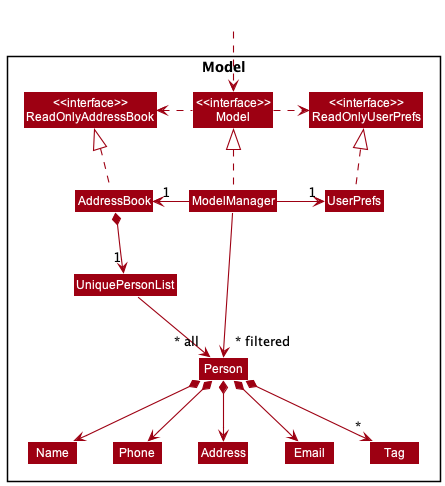
This is docs/images/ModelClassDiagram.png from nus-cs2103-AY2223S2/tp, a PlantUML export, as it was before one commit.
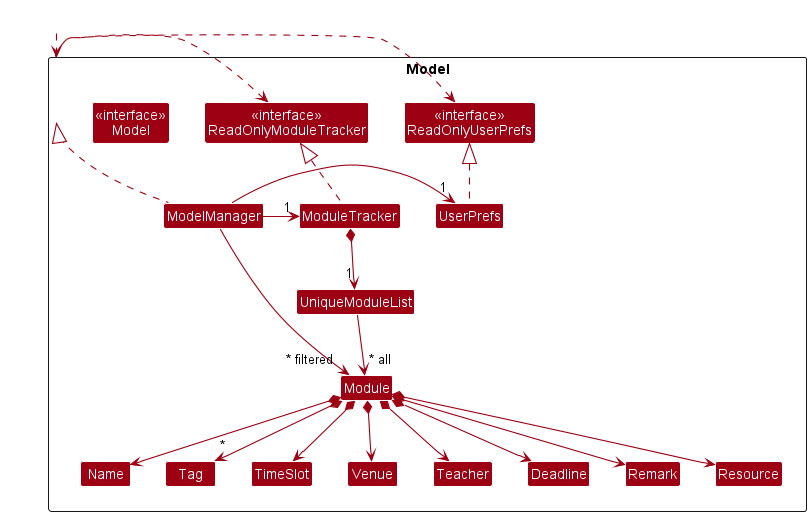
Later version of the same file.

The edit, as a diff of the source:
```diff
@@ -5,46 +5,58 @@
 skinparam classBackgroundColor MODEL_COLOR
 
 Package Model <<Rectangle>>{
-Class "<<interface>>\nReadOnlyAddressBook" as ReadOnlyAddressBook
+Class "<<interface>>\nReadOnlyModuleTracker" as ReadOnlyModuleTracker
 Class "<<interface>>\nReadOnlyUserPrefs" as ReadOnlyUserPrefs
 Class "<<interface>>\nModel" as Model
-Class AddressBook
+Class ModuleTracker
 Class ModelManager
 Class UserPrefs
 
-Class UniquePersonList
-Class Person
-Class Address
-Class Email
+Class UniqueModuleList
+Class Module
 Class Name
-Class Phone
 Class Tag
+Class TimeSlot
+Class Venue
+Class Teacher
+Class Deadline
+Class Remark
+Class Resource
 
 }
 
 Class HiddenOutside #FFFFFF
 HiddenOutside ..> Model
 
-AddressBook .up.|> ReadOnlyAddressBook
+ModuleTracker .up.|> ReadOnlyModuleTracker
 
 ModelManager .up.|> Model
 Model .right.> ReadOnlyUserPrefs
-Model .left.> ReadOnlyAddressBook
-ModelManager -left-> "1" AddressBook
+Model .left.> ReadOnlyModuleTracker
+ModelManager -left-> "1" ModuleTracker
 ModelManager -right-> "1" UserPrefs
 UserPrefs .up.|> ReadOnlyUserPrefs
 
-AddressBook *--> "1" UniquePersonList
-UniquePersonList --> "~* all" Person
-Person *--> Name
-Person *--> Phone
-Person *--> Email
-Person *--> Address
-Person *--> "*" Tag
+ModuleTracker *--> "1" UniqueModuleList
+UniqueModuleList --> "~* all" Module
+Module *--> Name
+Module *--> "*" Tag
+Module *--> TimeSlot
+Module *--> Venue
+Module *--> Teacher
+Module *--> Deadline
+Module *--> Remark
+Module *--> Resource
 
-Name -[hidden]right-> Phone
-Phone -[hidden]right-> Address
-Address -[hidden]right-> Email
 
-ModelManager -->"~* filtered" Person
+Name -[hidden]right-> Tag
+Tag -[hidden]right-> TimeSlot
+TimeSlot -[hidden]right-> Venue
+Venue -[hidden]right-> Teacher
+Teacher -[hidden]right-> Deadline
+Deadline -[hidden]right-> Remark
+Remark -[hidden]right-> Resource
+
+
+ModelManager -->"~* filtered" Module
 @enduml
```
